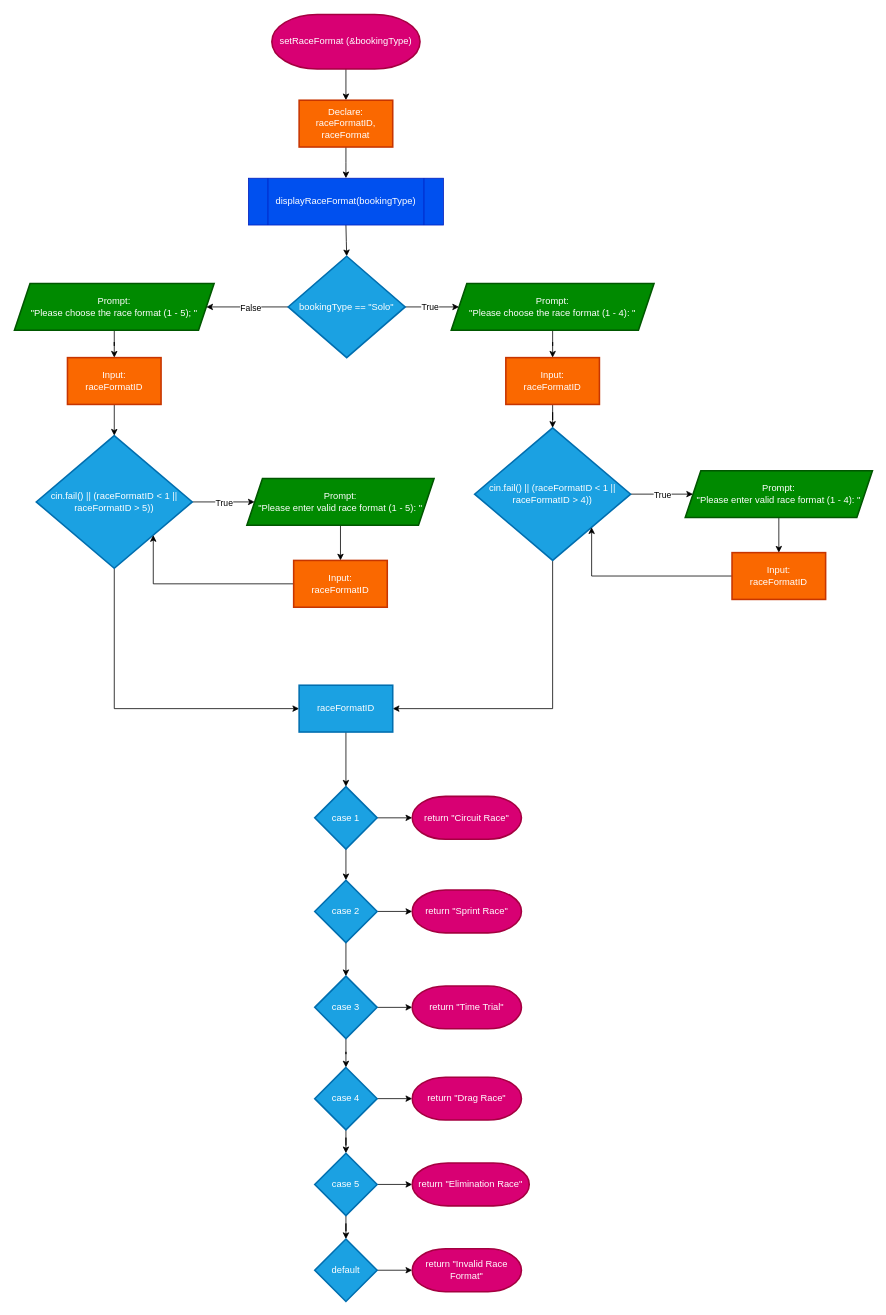
The draw.io diagram Flowcharts (draw.io)/12. setRaceFormat.drawio in shahxvi/csc126-group-project, before the edit. Source tidied: cells renumbered, new cells numbered last; positions are measured from the earlier drawing's top-left corner, leaving out a move shared by most shapes. Both pictures are drawn from the tidied source at 78%, with x=0, y=0 at pixel (14, 14).
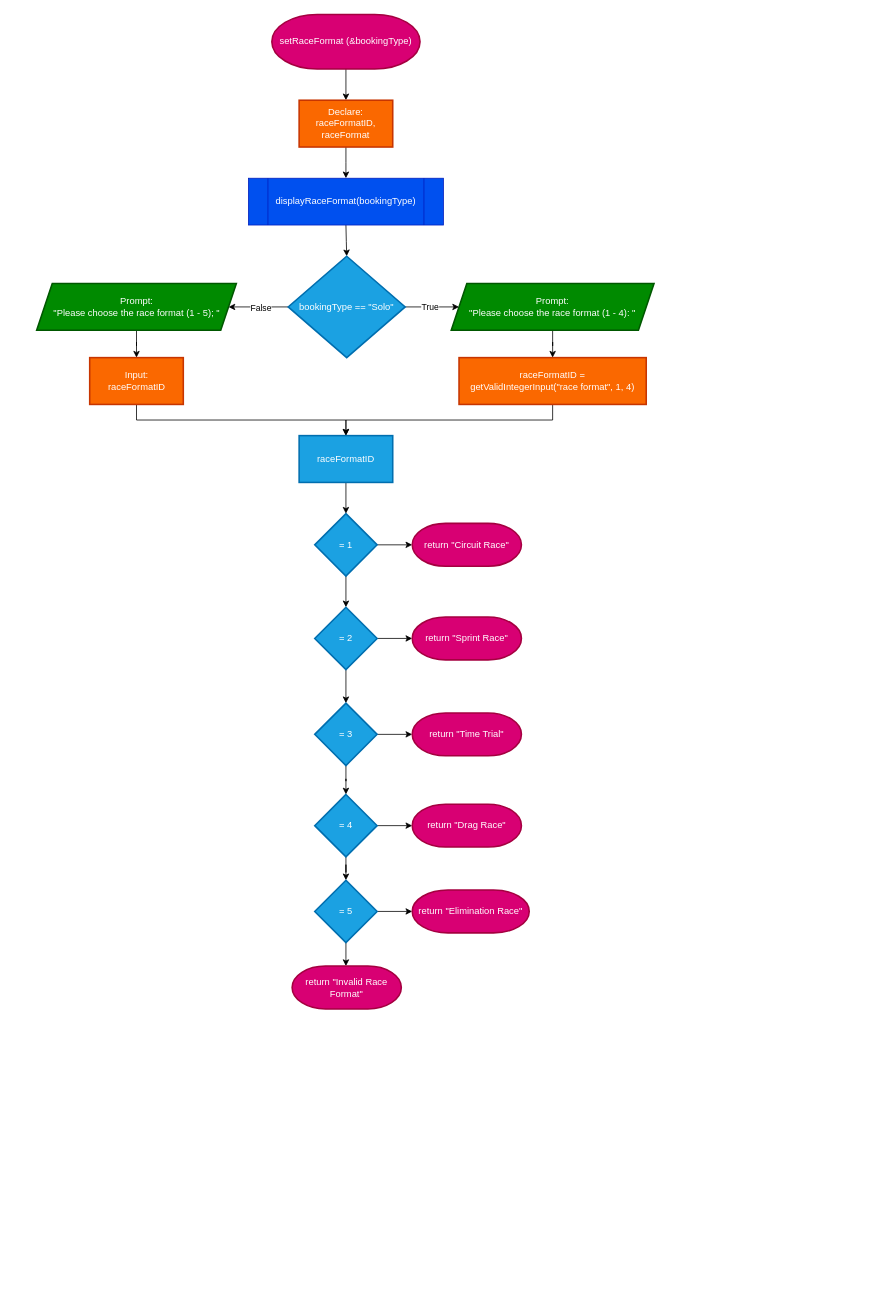
After the change.

The edit, as a diff of the source:
```diff
@@
-    <mxCell id="5" value="Declare:&lt;div&gt;raceFormatID, raceFormat&lt;/div&gt;" style="whiteSpace=wrap;html=1;strokeWidth=2;fillColor=#fa6800;fontColor=#FFFFFF;strokeColor=#C73500;" parent="1" vertex="1">
+    <mxCell id="5" value="&lt;font style=&quot;color: rgb(255, 255, 255);&quot;&gt;Declare:&lt;/font&gt;&lt;div&gt;&lt;font style=&quot;color: rgb(255, 255, 255);&quot;&gt;raceFormatID, raceFormat&lt;/font&gt;&lt;/div&gt;" style="whiteSpace=wrap;html=1;strokeWidth=2;fillColor=#fa6800;fontColor=#FFFFFF;strokeColor=#C73500;" parent="1" vertex="1">
       <mxGeometry x="365" y="110" width="120" height="60" as="geometry" />
     </mxCell>
@@
-    <mxCell id="13" value="Prompt:&lt;div&gt;&quot;Please choose the race format (1 - 4): &quot;&lt;/div&gt;" style="shape=parallelogram;perimeter=parallelogramPerimeter;whiteSpace=wrap;html=1;fixedSize=1;fillColor=#008a00;strokeColor=#005700;fontColor=#ffffff;strokeWidth=2;" parent="1" vertex="1">
+    <mxCell id="13" value="&lt;font style=&quot;color: rgb(255, 255, 255);&quot;&gt;Prompt:&lt;/font&gt;&lt;div&gt;&lt;font style=&quot;color: rgb(255, 255, 255);&quot;&gt;&quot;Please choose the race format (1 - 4): &quot;&lt;/font&gt;&lt;/div&gt;" style="shape=parallelogram;perimeter=parallelogramPerimeter;whiteSpace=wrap;html=1;fixedSize=1;fillColor=#008a00;strokeColor=#005700;fontColor=#ffffff;strokeWidth=2;" parent="1" vertex="1">
       <mxGeometry x="560" y="345" width="260" height="60" as="geometry" />
     </mxCell>
-    <mxCell id="14" style="edgeStyle=orthogonalEdgeStyle;rounded=0;jettySize=auto;html=1;" parent="1" edge="1" source="15" target="19">
+    <mxCell id="14" style="rounded=0;jettySize=auto;html=1;edgeStyle=orthogonalEdgeStyle;entryX=0.5;entryY=0;entryDx=0;entryDy=0;exitX=0.5;exitY=1;exitDx=0;exitDy=0;" parent="1" edge="1" source="15" target="37">
       <mxGeometry relative="1" as="geometry" />
     </mxCell>
-    <mxCell id="15" value="Input:&lt;div&gt;raceFormatID&lt;/div&gt;" style="whiteSpace=wrap;html=1;strokeWidth=2;fillColor=#fa6800;fontColor=#FFFFFF;strokeColor=#C73500;" parent="1" vertex="1">
-      <mxGeometry x="630" y="440" width="120" height="60" as="geometry" />
+    <mxCell id="15" value="raceFormatID =&lt;br&gt;getValidIntegerInput(&quot;race format&quot;, 1, 4)" style="whiteSpace=wrap;html=1;strokeWidth=2;fillColor=#fa6800;fontColor=#FFFFFF;strokeColor=#C73500;" parent="1" vertex="1">
+      <mxGeometry x="570" y="440" width="240" height="60" as="geometry" />
     </mxCell>
-    <mxCell id="16" style="edgeStyle=orthogonalEdgeStyle;rounded=0;jettySize=auto;html=1;" parent="1" edge="1" source="19" target="21">
-      <mxGeometry relative="1" as="geometry" />
-    </mxCell>
-    <mxCell id="17" value="True" style="edgeLabel;html=1;align=center;verticalAlign=middle;" parent="16" vertex="1">
-      <mxGeometry x="-0.01" y="-1" relative="1" as="geometry" />
-    </mxCell>
-    <mxCell id="18" style="edgeStyle=orthogonalEdgeStyle;rounded=0;jettySize=auto;html=1;exitX=0.5;exitY=1;exitDx=0;exitDy=0;entryX=1;entryY=0.5;entryDx=0;entryDy=0;" parent="1" edge="1" source="19" target="37">
-      <mxGeometry relative="1" as="geometry" />
-    </mxCell>
-    <mxCell id="19" value="cin.fail() || (raceFormatID &amp;lt; 1 || raceFormatID &amp;gt; 4))" style="rhombus;whiteSpace=wrap;html=1;fillColor=#1ba1e2;strokeColor=#006EAF;fontColor=#ffffff;strokeWidth=2;" parent="1" vertex="1">
-      <mxGeometry x="590" y="530" width="200" height="170" as="geometry" />
-    </mxCell>
-    <mxCell id="20" style="edgeStyle=orthogonalEdgeStyle;rounded=0;jettySize=auto;html=1;" parent="1" edge="1" source="21" target="23">
-      <mxGeometry relative="1" as="geometry" />
-    </mxCell>
-    <mxCell id="21" value="Prompt:&lt;div&gt;&quot;Please enter valid race format (1 - 4): &quot;&lt;/div&gt;" style="shape=parallelogram;perimeter=parallelogramPerimeter;whiteSpace=wrap;html=1;fixedSize=1;fillColor=#008a00;strokeColor=#005700;fontColor=#ffffff;strokeWidth=2;" parent="1" vertex="1">
-      <mxGeometry x="860" y="585" width="240" height="60" as="geometry" />
-    </mxCell>
-    <mxCell id="22" style="edgeStyle=orthogonalEdgeStyle;rounded=0;jettySize=auto;html=1;exitX=0;exitY=0.5;exitDx=0;exitDy=0;entryX=1;entryY=1;entryDx=0;entryDy=0;" parent="1" edge="1" source="23" target="19">
-      <mxGeometry relative="1" as="geometry">
-        <Array as="points">
-          <mxPoint x="740" y="720" />
-        </Array>
-      </mxGeometry>
-    </mxCell>
-    <mxCell id="23" value="Input:&lt;div&gt;raceFormatID&lt;/div&gt;" style="whiteSpace=wrap;html=1;strokeWidth=2;fillColor=#fa6800;fontColor=#FFFFFF;strokeColor=#C73500;" parent="1" vertex="1">
-      <mxGeometry x="920" y="690" width="120" height="60" as="geometry" />
-    </mxCell>
@@
-    <mxCell id="25" value="Prompt:&lt;div&gt;&quot;Please choose the race format (1 - 5); &quot;&lt;/div&gt;" style="shape=parallelogram;perimeter=parallelogramPerimeter;whiteSpace=wrap;html=1;fixedSize=1;fillColor=#008a00;strokeColor=#005700;fontColor=#ffffff;strokeWidth=2;" parent="1" vertex="1">
-      <mxGeometry y="345" width="256" height="60" as="geometry" />
+    <mxCell id="25" value="&lt;font style=&quot;color: rgb(255, 255, 255);&quot;&gt;Prompt:&lt;/font&gt;&lt;div&gt;&lt;font style=&quot;color: rgb(255, 255, 255);&quot;&gt;&quot;Please choose the race format (1 - 5); &quot;&lt;/font&gt;&lt;/div&gt;" style="shape=parallelogram;perimeter=parallelogramPerimeter;whiteSpace=wrap;html=1;fixedSize=1;fillColor=#008a00;strokeColor=#005700;fontColor=#ffffff;strokeWidth=2;" parent="1" vertex="1">
+      <mxGeometry x="28.5" y="345" width="256" height="60" as="geometry" />
     </mxCell>
-    <mxCell id="26" style="edgeStyle=orthogonalEdgeStyle;rounded=0;jettySize=auto;html=1;" parent="1" edge="1" source="27" target="31">
+    <mxCell id="26" style="edgeStyle=orthogonalEdgeStyle;rounded=0;jettySize=auto;html=1;entryX=0.5;entryY=0;entryDx=0;entryDy=0;exitX=0.5;exitY=1;exitDx=0;exitDy=0;" parent="1" edge="1" source="27" target="37">
       <mxGeometry relative="1" as="geometry" />
     </mxCell>
-    <mxCell id="27" value="Input:&lt;div&gt;raceFormatID&lt;/div&gt;" style="whiteSpace=wrap;html=1;strokeWidth=2;fillColor=#fa6800;fontColor=#FFFFFF;strokeColor=#C73500;" parent="1" vertex="1">
-      <mxGeometry x="68" y="440" width="120" height="60" as="geometry" />
+    <mxCell id="27" value="&lt;font style=&quot;color: rgb(255, 255, 255);&quot;&gt;Input:&lt;/font&gt;&lt;div&gt;&lt;font style=&quot;color: rgb(255, 255, 255);&quot;&gt;raceFormatID&lt;/font&gt;&lt;/div&gt;" style="whiteSpace=wrap;html=1;strokeWidth=2;fillColor=#fa6800;fontColor=#FFFFFF;strokeColor=#C73500;" parent="1" vertex="1">
+      <mxGeometry x="96.5" y="440" width="120" height="60" as="geometry" />
     </mxCell>
-    <mxCell id="28" style="edgeStyle=orthogonalEdgeStyle;rounded=0;jettySize=auto;html=1;" parent="1" edge="1" source="31" target="33">
-      <mxGeometry relative="1" as="geometry" />
-    </mxCell>
-    <mxCell id="29" value="True" style="edgeLabel;html=1;align=center;verticalAlign=middle;" parent="28" vertex="1">
-      <mxGeometry x="-0.01" y="-1" relative="1" as="geometry" />
-    </mxCell>
-    <mxCell id="30" style="edgeStyle=orthogonalEdgeStyle;rounded=0;jettySize=auto;html=1;" parent="1" edge="1" source="31" target="37">
-      <mxGeometry relative="1" as="geometry">
-        <Array as="points">
-          <mxPoint x="128" y="890" />
-        </Array>
-      </mxGeometry>
-    </mxCell>
-    <mxCell id="31" value="cin.fail() || (raceFormatID &amp;lt; 1 || raceFormatID &amp;gt; 5))" style="rhombus;whiteSpace=wrap;html=1;fillColor=#1ba1e2;strokeColor=#006EAF;fontColor=#ffffff;strokeWidth=2;" parent="1" vertex="1">
-      <mxGeometry x="28" y="540" width="200" height="170" as="geometry" />
-    </mxCell>
-    <mxCell id="32" style="edgeStyle=orthogonalEdgeStyle;rounded=0;jettySize=auto;html=1;" parent="1" edge="1" source="33" target="35">
-      <mxGeometry relative="1" as="geometry" />
-    </mxCell>
-    <mxCell id="33" value="Prompt:&lt;div&gt;&quot;Please enter valid race format (1 - 5): &quot;&lt;/div&gt;" style="shape=parallelogram;perimeter=parallelogramPerimeter;whiteSpace=wrap;html=1;fixedSize=1;fillColor=#008a00;strokeColor=#005700;fontColor=#ffffff;strokeWidth=2;" parent="1" vertex="1">
-      <mxGeometry x="298" y="595" width="240" height="60" as="geometry" />
-    </mxCell>
-    <mxCell id="34" style="edgeStyle=orthogonalEdgeStyle;rounded=0;jettySize=auto;html=1;exitX=0;exitY=0.5;exitDx=0;exitDy=0;entryX=1;entryY=1;entryDx=0;entryDy=0;" parent="1" edge="1" source="35" target="31">
-      <mxGeometry relative="1" as="geometry">
-        <Array as="points">
-          <mxPoint x="178" y="730" />
-        </Array>
-      </mxGeometry>
-    </mxCell>
-    <mxCell id="35" value="Input:&lt;div&gt;raceFormatID&lt;/div&gt;" style="whiteSpace=wrap;html=1;strokeWidth=2;fillColor=#fa6800;fontColor=#FFFFFF;strokeColor=#C73500;" parent="1" vertex="1">
-      <mxGeometry x="358" y="700" width="120" height="60" as="geometry" />
-    </mxCell>
@@
     <mxCell id="37" value="raceFormatID" style="whiteSpace=wrap;html=1;fillColor=#1ba1e2;strokeColor=#006EAF;fontColor=#ffffff;strokeWidth=2;" parent="1" vertex="1">
-      <mxGeometry x="365" y="860" width="120" height="60" as="geometry" />
+      <mxGeometry x="365" y="540" width="120" height="60" as="geometry" />
     </mxCell>
@@
-    <mxCell id="40" value="case 1" style="rhombus;whiteSpace=wrap;html=1;fillColor=#1ba1e2;strokeColor=#006EAF;fontColor=#ffffff;strokeWidth=2;" parent="1" vertex="1">
-      <mxGeometry x="385" y="990" width="80" height="80" as="geometry" />
+    <mxCell id="40" value="= 1" style="rhombus;whiteSpace=wrap;html=1;fillColor=#1ba1e2;strokeColor=#006EAF;fontColor=#ffffff;strokeWidth=2;" parent="1" vertex="1">
+      <mxGeometry x="385" y="640" width="80" height="80" as="geometry" />
     </mxCell>
     <mxCell id="41" value="return &quot;Circuit Race&quot;" style="strokeWidth=2;html=1;shape=mxgraph.flowchart.terminator;whiteSpace=wrap;fillColor=#d80073;fontColor=#ffffff;strokeColor=#A50040;" parent="1" vertex="1">
-      <mxGeometry x="510" y="1002.5" width="140" height="55" as="geometry" />
+      <mxGeometry x="510" y="652.5" width="140" height="55" as="geometry" />
     </mxCell>
@@
-    <mxCell id="44" value="case 2" style="rhombus;whiteSpace=wrap;html=1;fillColor=#1ba1e2;strokeColor=#006EAF;fontColor=#ffffff;strokeWidth=2;" parent="1" vertex="1">
-      <mxGeometry x="385" y="1110" width="80" height="80" as="geometry" />
+    <mxCell id="44" value="= 2" style="rhombus;whiteSpace=wrap;html=1;fillColor=#1ba1e2;strokeColor=#006EAF;fontColor=#ffffff;strokeWidth=2;" parent="1" vertex="1">
+      <mxGeometry x="385" y="760" width="80" height="80" as="geometry" />
     </mxCell>
     <mxCell id="45" value="return &quot;Sprint Race&quot;" style="strokeWidth=2;html=1;shape=mxgraph.flowchart.terminator;whiteSpace=wrap;fillColor=#d80073;fontColor=#ffffff;strokeColor=#A50040;" parent="1" vertex="1">
-      <mxGeometry x="510" y="1122.5" width="140" height="55" as="geometry" />
+      <mxGeometry x="510" y="772.5" width="140" height="55" as="geometry" />
     </mxCell>
@@
-    <mxCell id="48" value="case 3" style="rhombus;whiteSpace=wrap;html=1;fillColor=#1ba1e2;strokeColor=#006EAF;fontColor=#ffffff;strokeWidth=2;" parent="1" vertex="1">
-      <mxGeometry x="385" y="1233" width="80" height="80" as="geometry" />
+    <mxCell id="48" value="= 3" style="rhombus;whiteSpace=wrap;html=1;fillColor=#1ba1e2;strokeColor=#006EAF;fontColor=#ffffff;strokeWidth=2;" parent="1" vertex="1">
+      <mxGeometry x="385" y="883" width="80" height="80" as="geometry" />
     </mxCell>
     <mxCell id="49" value="return &quot;Time Trial&quot;" style="strokeWidth=2;html=1;shape=mxgraph.flowchart.terminator;whiteSpace=wrap;fillColor=#d80073;fontColor=#ffffff;strokeColor=#A50040;" parent="1" vertex="1">
-      <mxGeometry x="510" y="1245.5" width="140" height="55" as="geometry" />
+      <mxGeometry x="510" y="895.5" width="140" height="55" as="geometry" />
     </mxCell>
@@
-    <mxCell id="52" value="case 4" style="rhombus;whiteSpace=wrap;html=1;fillColor=#1ba1e2;strokeColor=#006EAF;fontColor=#ffffff;strokeWidth=2;" parent="1" vertex="1">
-      <mxGeometry x="385" y="1350" width="80" height="80" as="geometry" />
+    <mxCell id="52" value="= 4" style="rhombus;whiteSpace=wrap;html=1;fillColor=#1ba1e2;strokeColor=#006EAF;fontColor=#ffffff;strokeWidth=2;" parent="1" vertex="1">
+      <mxGeometry x="385" y="1000" width="80" height="80" as="geometry" />
     </mxCell>
     <mxCell id="53" value="return &quot;Drag Race&quot;" style="strokeWidth=2;html=1;shape=mxgraph.flowchart.terminator;whiteSpace=wrap;fillColor=#d80073;fontColor=#ffffff;strokeColor=#A50040;" parent="1" vertex="1">
-      <mxGeometry x="510" y="1362.5" width="140" height="55" as="geometry" />
+      <mxGeometry x="510" y="1012.5" width="140" height="55" as="geometry" />
     </mxCell>
@@
-    <mxCell id="55" style="edgeStyle=orthogonalEdgeStyle;rounded=0;jettySize=auto;html=1;" parent="1" edge="1" source="56" target="59">
-      <mxGeometry relative="1" as="geometry" />
+    <mxCell id="55" style="edgeStyle=orthogonalEdgeStyle;rounded=0;jettySize=auto;html=1;" parent="1" edge="1" source="56">
+      <mxGeometry relative="1" as="geometry">
+        <mxPoint x="425" y="1220" as="targetPoint" />
+      </mxGeometry>
     </mxCell>
-    <mxCell id="56" value="case 5" style="rhombus;whiteSpace=wrap;html=1;fillColor=#1ba1e2;strokeColor=#006EAF;fontColor=#ffffff;strokeWidth=2;" parent="1" vertex="1">
-      <mxGeometry x="385" y="1460" width="80" height="80" as="geometry" />
+    <mxCell id="56" value="= 5" style="rhombus;whiteSpace=wrap;html=1;fillColor=#1ba1e2;strokeColor=#006EAF;fontColor=#ffffff;strokeWidth=2;" parent="1" vertex="1">
+      <mxGeometry x="385" y="1110" width="80" height="80" as="geometry" />
     </mxCell>
     <mxCell id="57" value="return &quot;Elimination Race&quot;" style="strokeWidth=2;html=1;shape=mxgraph.flowchart.terminator;whiteSpace=wrap;fillColor=#d80073;fontColor=#ffffff;strokeColor=#A50040;" parent="1" vertex="1">
-      <mxGeometry x="510" y="1472.5" width="150" height="55" as="geometry" />
+      <mxGeometry x="510" y="1122.5" width="150" height="55" as="geometry" />
     </mxCell>
-    <mxCell id="58" style="edgeStyle=orthogonalEdgeStyle;rounded=0;jettySize=auto;html=1;" parent="1" edge="1" source="59" target="60">
-      <mxGeometry relative="1" as="geometry" />
-    </mxCell>
-    <mxCell id="59" value="default" style="rhombus;whiteSpace=wrap;html=1;fillColor=#1ba1e2;strokeColor=#006EAF;fontColor=#ffffff;strokeWidth=2;" parent="1" vertex="1">
-      <mxGeometry x="385" y="1570" width="80" height="80" as="geometry" />
-    </mxCell>
     <mxCell id="60" value="return &quot;Invalid Race Format&quot;" style="strokeWidth=2;html=1;shape=mxgraph.flowchart.terminator;whiteSpace=wrap;fillColor=#d80073;fontColor=#ffffff;strokeColor=#A50040;" parent="1" vertex="1">
-      <mxGeometry x="510" y="1582.5" width="140" height="55" as="geometry" />
+      <mxGeometry x="356" y="1220" width="140" height="55" as="geometry" />
     </mxCell>
```
